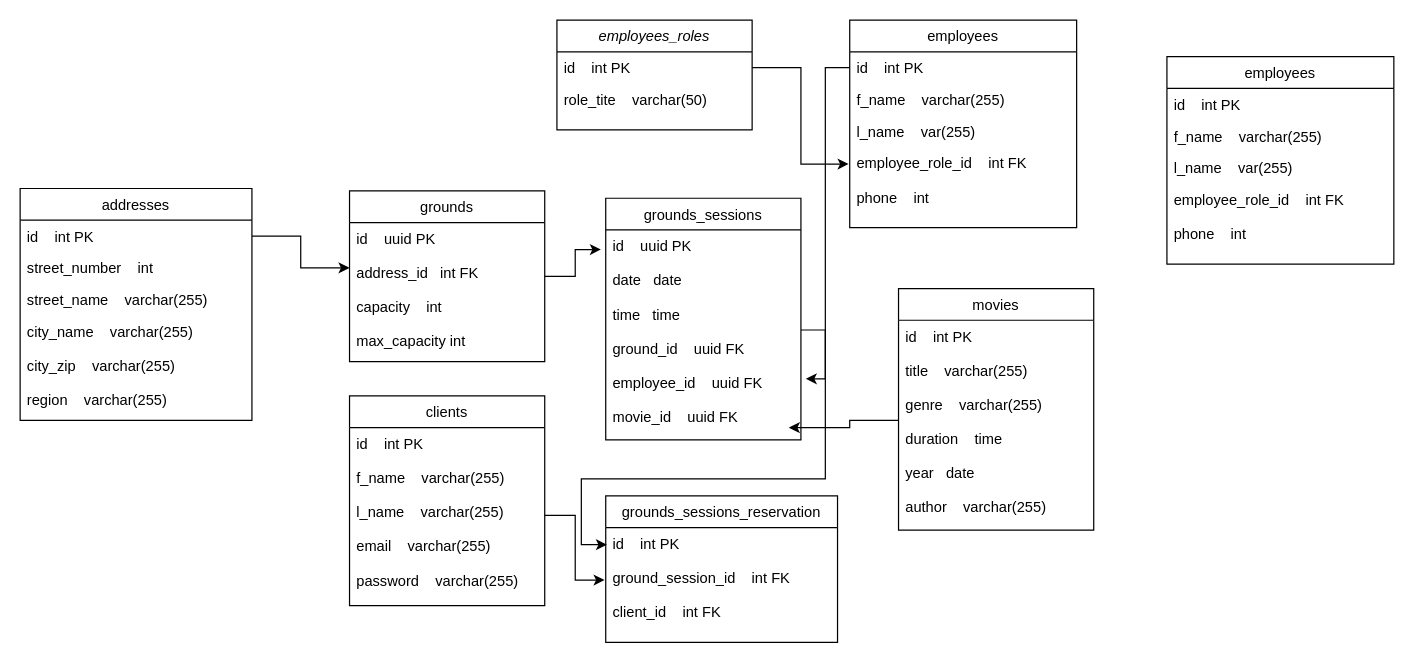
Earlier version of the draw.io diagram exo.drawio (mcosta3tc/BDD_theater_exo). Source tidied: cells renumbered, new cells numbered last; positions are measured from the earlier drawing's top-left corner, leaving out a move shared by most shapes. Both pictures are drawn from the tidied source at 122%, with x=0, y=0 at pixel (20, 20).
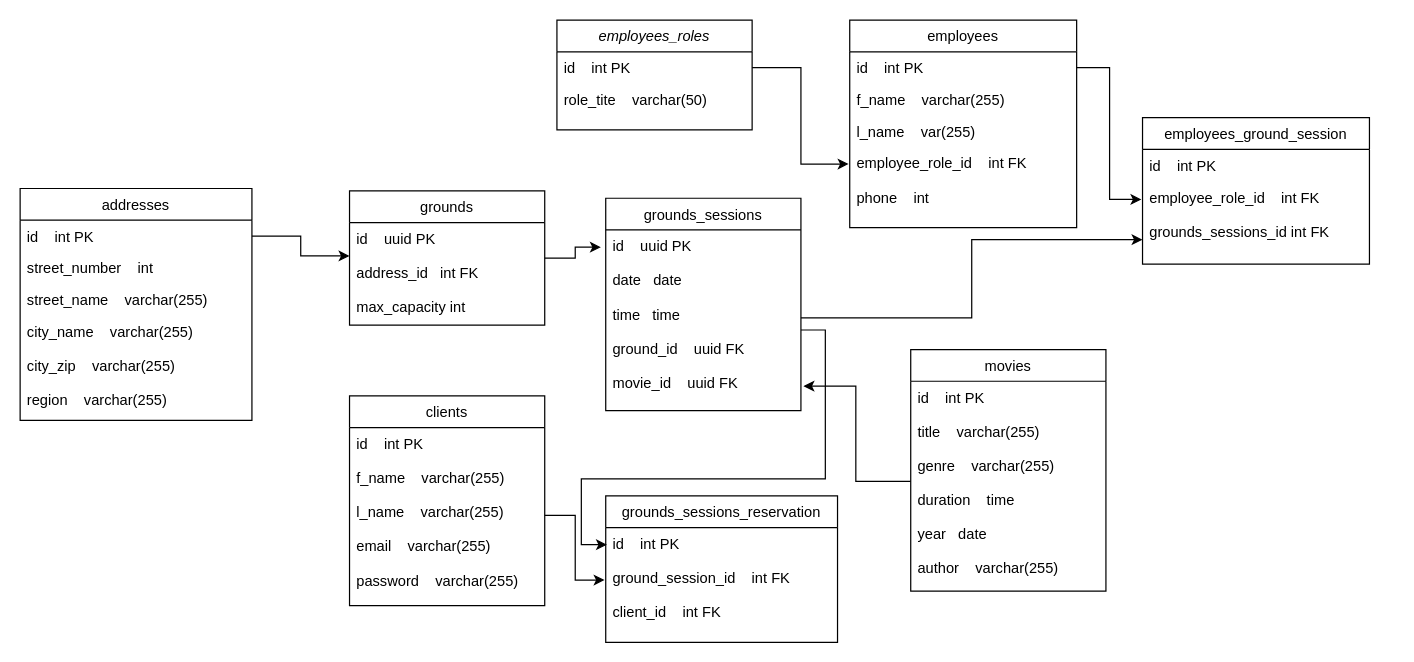
The same diagram, later.

Unchanged cells that the change refers to:
```xml
<mxCell id="9" value="id    int PK&#10;&#10;title    varchar(255)&#10;&#10;genre    varchar(255)&#10;&#10;duration    time&#10;&#10;year   date&#10;&#10;author    varchar(255)&#10;&#10;" style="text;align=left;verticalAlign=top;spacingLeft=4;spacingRight=4;overflow=hidden;points=[[0,0.5],[1,0.5]];portConstraint=eastwest;fontStyle=0;" parent="8" vertex="1">
  <mxGeometry y="26" width="160" height="164" as="geometry" />
</mxCell>
<mxCell id="11" value="id    int PK" style="text;align=left;verticalAlign=top;spacingLeft=4;spacingRight=4;overflow=hidden;points=[[0,0.5],[1,0.5]];portConstraint=eastwest;" parent="10" vertex="1">
  <mxGeometry y="26" width="186" height="26" as="geometry" />
</mxCell>
```

The edit, as a diff of the source:
```diff
@@
     <mxCell id="6" value="grounds" style="swimlane;fontStyle=0;align=center;verticalAlign=top;horizontal=1;startSize=26;rounded=0;shadow=0;strokeWidth=1;" parent="1" vertex="1">
-      <mxGeometry x="270" y="140" width="160" height="140" as="geometry" />
+      <mxGeometry x="270" y="140" width="160" height="110" as="geometry" />
     </mxCell>
-    <mxCell id="7" value="id    uuid PK &#10;&#10;address_id   int FK&#10;&#10;capacity    int&#10;&#10;max_capacity int" style="text;align=left;verticalAlign=top;spacingLeft=4;spacingRight=4;overflow=hidden;points=[[0,0.5],[1,0.5]];portConstraint=eastwest;" parent="6" vertex="1">
-      <mxGeometry y="26" width="160" height="114" as="geometry" />
+    <mxCell id="7" value="id    uuid PK &#10;&#10;address_id   int FK&#10;&#10;max_capacity int" style="text;align=left;verticalAlign=top;spacingLeft=4;spacingRight=4;overflow=hidden;points=[[0,0.5],[1,0.5]];portConstraint=eastwest;" parent="6" vertex="1">
+      <mxGeometry y="26" width="160" height="84" as="geometry" />
     </mxCell>
     <mxCell id="8" value="movies" style="swimlane;fontStyle=0;align=center;verticalAlign=top;horizontal=1;startSize=26;rounded=0;shadow=0;strokeWidth=1;" parent="1" vertex="1">
-      <mxGeometry x="720" y="220" width="160" height="198" as="geometry" />
+      <mxGeometry x="730" y="270" width="160" height="198" as="geometry" />
     </mxCell>
@@
     <mxCell id="16" value="grounds_sessions" style="swimlane;fontStyle=0;align=center;verticalAlign=top;horizontal=1;startSize=26;rounded=0;shadow=0;strokeWidth=1;" parent="1" vertex="1">
-      <mxGeometry x="480" y="146" width="160" height="198" as="geometry" />
+      <mxGeometry x="480" y="146" width="160" height="174" as="geometry" />
     </mxCell>
-    <mxCell id="17" value="id    uuid PK&#10;&#10;date   date&#10;&#10;time   time&#10;&#10;ground_id    uuid FK&#10;&#10;employee_id    uuid FK&#10;&#10;movie_id    uuid FK&#10;" style="text;align=left;verticalAlign=top;spacingLeft=4;spacingRight=4;overflow=hidden;points=[[0,0.5],[1,0.5]];portConstraint=eastwest;fontStyle=0;" parent="16" vertex="1">
-      <mxGeometry y="26" width="160" height="164" as="geometry" />
+    <mxCell id="17" value="id    uuid PK&#10;&#10;date   date&#10;&#10;time   time&#10;&#10;ground_id    uuid FK&#10;&#10;movie_id    uuid FK&#10;" style="text;align=left;verticalAlign=top;spacingLeft=4;spacingRight=4;overflow=hidden;points=[[0,0.5],[1,0.5]];portConstraint=eastwest;fontStyle=0;" parent="16" vertex="1">
+      <mxGeometry y="26" width="160" height="144" as="geometry" />
     </mxCell>
-    <mxCell id="18" style="edgeStyle=orthogonalEdgeStyle;rounded=0;jettySize=auto;html=1;entryX=1.025;entryY=0.744;entryDx=0;entryDy=0;entryPerimeter=0;" parent="1" edge="1" source="11" target="17">
-      <mxGeometry relative="1" as="geometry" />
-    </mxCell>
-    <mxCell id="19" style="edgeStyle=orthogonalEdgeStyle;rounded=0;jettySize=auto;html=1;entryX=0.938;entryY=0.988;entryDx=0;entryDy=0;entryPerimeter=0;" parent="1" edge="1" source="9" target="17">
-      <mxGeometry relative="1" as="geometry" />
-    </mxCell>
@@
-    <mxCell id="32" value="employees" style="swimlane;fontStyle=0;align=center;verticalAlign=top;horizontal=1;startSize=26;rounded=0;shadow=0;strokeWidth=1;" parent="1" vertex="1">
-      <mxGeometry x="940" y="30" width="186" height="170" as="geometry" />
+    <mxCell id="32" value="employees_ground_session" style="swimlane;fontStyle=0;align=center;verticalAlign=top;horizontal=1;startSize=26;rounded=0;shadow=0;strokeWidth=1;" parent="1" vertex="1">
+      <mxGeometry x="920" y="80" width="186" height="120" as="geometry" />
     </mxCell>
@@
-    <mxCell id="34" value="f_name    varchar(255)" style="text;align=left;verticalAlign=top;spacingLeft=4;spacingRight=4;overflow=hidden;rounded=0;shadow=0;html=0;" parent="32" vertex="1">
-      <mxGeometry y="52" width="186" height="26" as="geometry" />
-    </mxCell>
-    <mxCell id="35" value="l_name    var(255)" style="text;align=left;verticalAlign=top;spacingLeft=4;spacingRight=4;overflow=hidden;rounded=0;shadow=0;html=0;" parent="32" vertex="1">
-      <mxGeometry y="78" width="186" height="26" as="geometry" />
-    </mxCell>
-    <mxCell id="36" value="employee_role_id    int FK&#10;&#10;phone    int" style="text;align=left;verticalAlign=top;spacingLeft=4;spacingRight=4;overflow=hidden;points=[[0,0.5],[1,0.5]];portConstraint=eastwest;rounded=0;shadow=0;html=0;" parent="32" vertex="1">
-      <mxGeometry y="104" width="186" height="66" as="geometry" />
+    <mxCell id="36" value="employee_role_id    int FK&#10;&#10;grounds_sessions_id int FK" style="text;align=left;verticalAlign=top;spacingLeft=4;spacingRight=4;overflow=hidden;points=[[0,0.5],[1,0.5]];portConstraint=eastwest;rounded=0;shadow=0;html=0;" parent="32" vertex="1">
+      <mxGeometry y="52" width="186" height="66" as="geometry" />
     </mxCell>
+    <mxCell id="37" style="edgeStyle=orthogonalEdgeStyle;rounded=0;jettySize=auto;html=1;entryX=-0.005;entryY=0.227;entryDx=0;entryDy=0;entryPerimeter=0;" parent="1" edge="1" source="11" target="36">
+      <mxGeometry relative="1" as="geometry" />
+    </mxCell>
+    <mxCell id="38" style="edgeStyle=orthogonalEdgeStyle;rounded=0;jettySize=auto;html=1;entryX=0;entryY=0.727;entryDx=0;entryDy=0;entryPerimeter=0;" parent="1" edge="1" source="17" target="36">
+      <mxGeometry relative="1" as="geometry" />
+    </mxCell>
+    <mxCell id="19" style="edgeStyle=orthogonalEdgeStyle;rounded=0;jettySize=auto;html=1;entryX=1.013;entryY=0.889;entryDx=0;entryDy=0;entryPerimeter=0;" parent="1" edge="1" source="9" target="17">
+      <mxGeometry relative="1" as="geometry" />
+    </mxCell>
```
